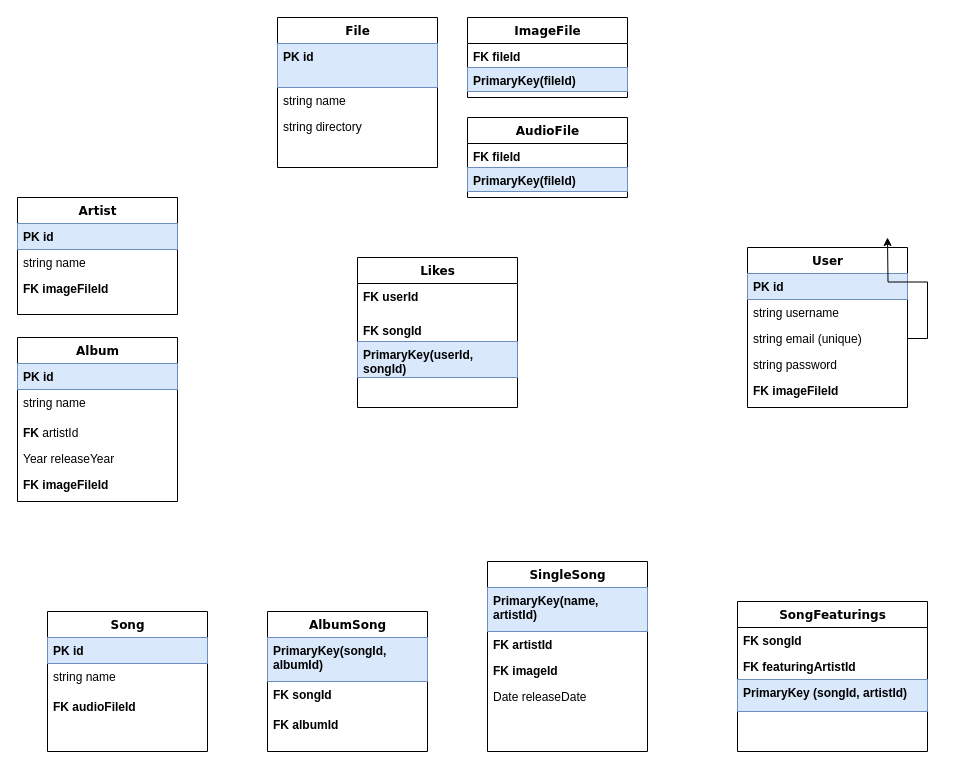
Above: ERD.drawio in mohamedatef98/music-app (draw.io), before the change. Source tidied: cells renumbered, new cells numbered last; positions are measured from the earlier drawing's top-left corner, leaving out a move shared by most shapes. Both pictures are drawn from the tidied source at 100%, with x=0, y=0 at pixel (17, 17).
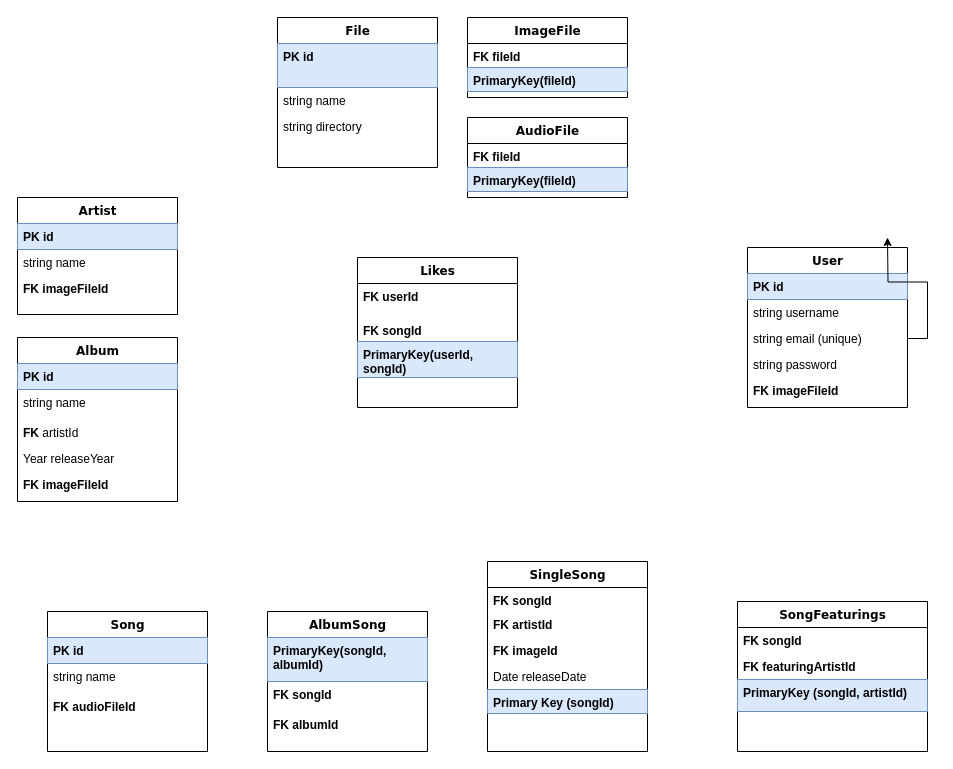
Above is the later version.

Commit message:
Change SingleSong primary Key

Unchanged cells that the change refers to:
```xml
<mxCell id="18" value="SingleSong" style="swimlane;html=1;fontStyle=1;align=center;verticalAlign=top;horizontal=1;startSize=26;swimlaneFillColor=#ffffff;rounded=0;shadow=0;comic=0;labelBackgroundColor=none;strokeWidth=1;fillColor=none;fontFamily=Verdana;fontSize=12;fontColor=#000000;" parent="1" vertex="1">
  <mxGeometry x="470" y="544" width="160" height="190" as="geometry" />
</mxCell>
```

What changed in the source:
```diff
@@
-    <mxCell id="19" value="&lt;b&gt;PrimaryKey(name, artistId)&lt;/b&gt;" style="text;html=1;strokeColor=#6c8ebf;fillColor=#dae8fc;align=left;verticalAlign=top;spacingLeft=4;spacingRight=4;whiteSpace=wrap;overflow=hidden;fontColor=#000000;" parent="18" vertex="1">
-      <mxGeometry y="26" width="160" height="44" as="geometry" />
+    <mxCell id="19" value="&lt;b&gt;&lt;font color=&quot;#000000&quot;&gt;FK songId&lt;/font&gt;&lt;/b&gt;" style="text;html=1;align=left;verticalAlign=top;spacingLeft=4;spacingRight=4;whiteSpace=wrap;overflow=hidden;" parent="18" vertex="1">
+      <mxGeometry y="26" width="160" height="24" as="geometry" />
     </mxCell>
     <mxCell id="20" value="&lt;b&gt;FK artistId&lt;/b&gt;" style="text;html=1;strokeColor=none;fillColor=none;align=left;verticalAlign=top;spacingLeft=4;spacingRight=4;whiteSpace=wrap;overflow=hidden;fontColor=#000000;" parent="18" vertex="1">
-      <mxGeometry y="70" width="160" height="26" as="geometry" />
+      <mxGeometry y="50" width="160" height="26" as="geometry" />
     </mxCell>
     <mxCell id="21" value="&lt;b&gt;FK imageId&lt;/b&gt;" style="text;html=1;align=left;verticalAlign=top;spacingLeft=4;spacingRight=4;whiteSpace=wrap;overflow=hidden;fontColor=#000000;" parent="18" vertex="1">
-      <mxGeometry y="96" width="160" height="26" as="geometry" />
+      <mxGeometry y="76" width="160" height="26" as="geometry" />
     </mxCell>
     <mxCell id="22" value="Date releaseDate" style="text;html=1;strokeColor=none;fillColor=none;align=left;verticalAlign=top;spacingLeft=4;spacingRight=4;whiteSpace=wrap;overflow=hidden;fontColor=#000000;" parent="18" vertex="1">
-      <mxGeometry y="122" width="160" height="26" as="geometry" />
+      <mxGeometry y="102" width="160" height="26" as="geometry" />
     </mxCell>
+    <mxCell id="50" value="&lt;b&gt;&lt;font color=&quot;#000000&quot;&gt;Primary Key (songId)&lt;/font&gt;&lt;/b&gt;" style="text;html=1;align=left;verticalAlign=top;spacingLeft=4;spacingRight=4;whiteSpace=wrap;overflow=hidden;fillColor=#dae8fc;strokeColor=#6c8ebf;" parent="18" vertex="1">
+      <mxGeometry y="128" width="160" height="24" as="geometry" />
+    </mxCell>
```
